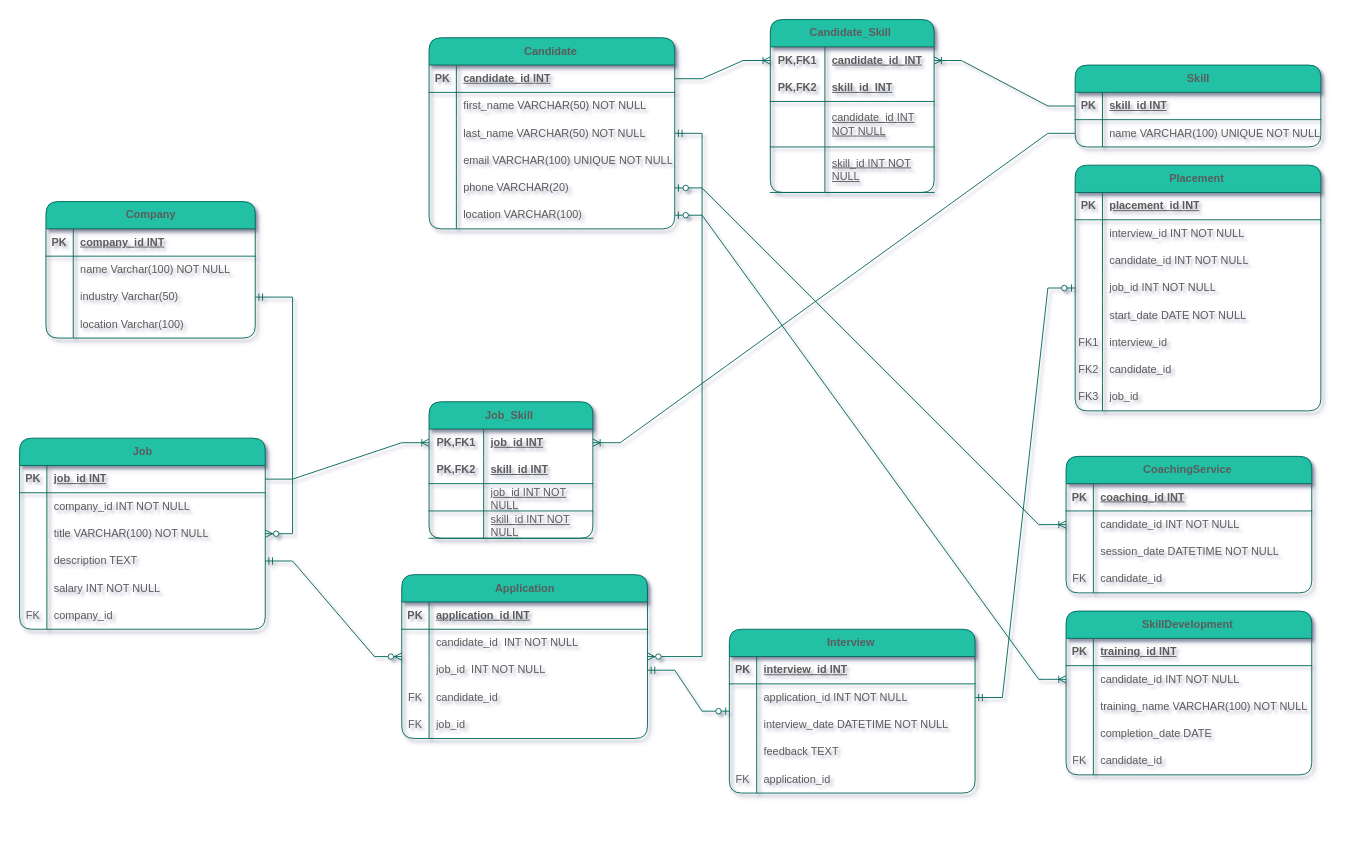
er1k23/DB_Diagrams keeps this draw.io diagram as recruitment_agency .drawio. Above is the earlier version. Source tidied: cells renumbered, new cells numbered last; positions are measured from the earlier drawing's top-left corner, leaving out a move shared by most shapes. Both pictures are drawn from the tidied source at 91%, with x=0, y=0 at pixel (-8, 19).
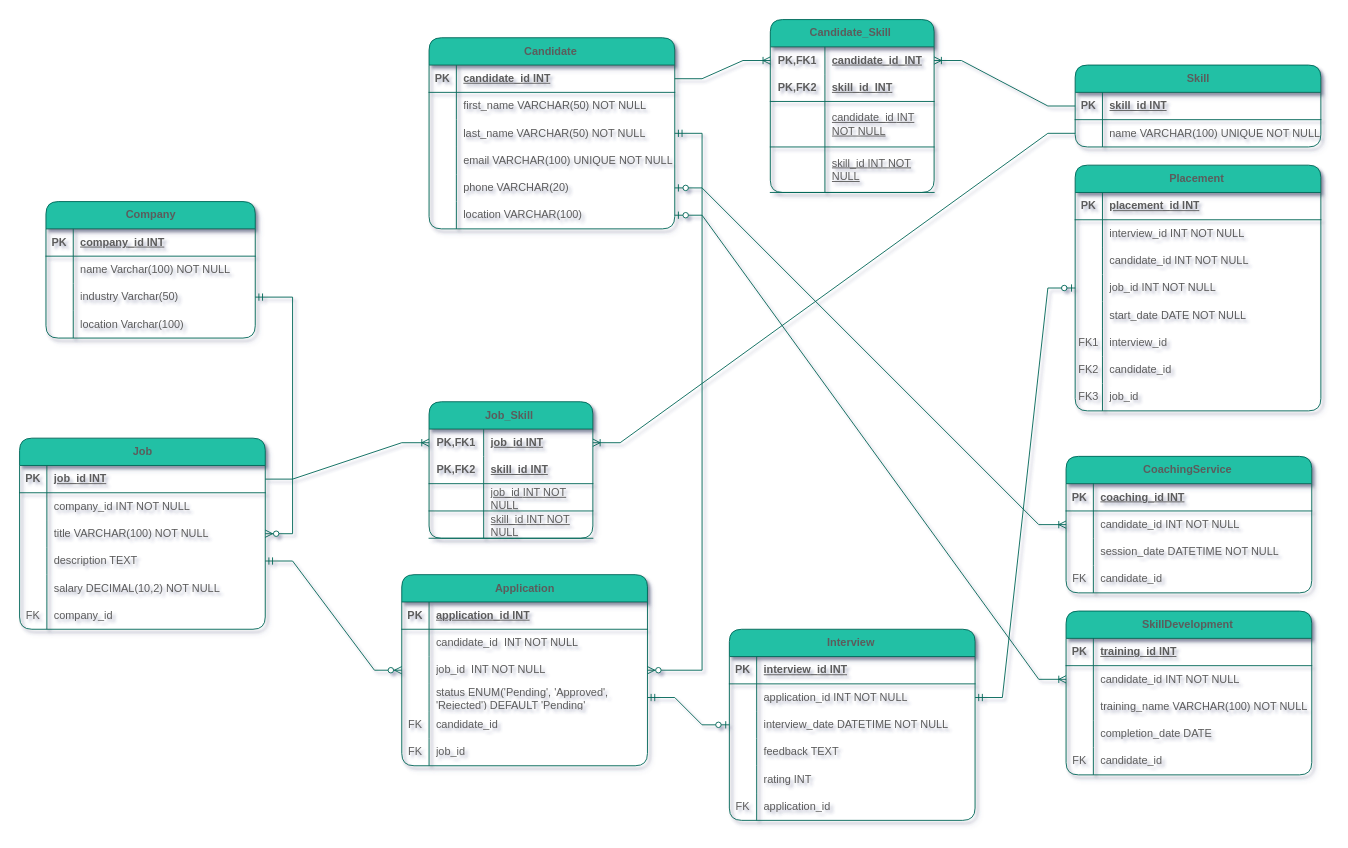
After the change.

The change refers to these unchanged cells:
```xml
<mxCell id="47" style="shape=tableRow;horizontal=0;startSize=0;swimlaneHead=0;swimlaneBody=0;fillColor=none;top=0;left=0;right=0;bottom=0;rounded=1;labelBackgroundColor=none;strokeColor=#006658;fontColor=#5C5C5C;" parent="34" vertex="1">
  <mxGeometry y="150" width="270" height="30" as="geometry" />
</mxCell>
<mxCell id="61" style="shape=tableRow;horizontal=0;startSize=0;swimlaneHead=0;swimlaneBody=0;fillColor=none;points=[[0,0.5],[1,0.5]];portConstraint=eastwest;top=0;left=0;right=0;bottom=0;rounded=1;labelBackgroundColor=none;strokeColor=#006658;fontColor=#5C5C5C;" parent="54" vertex="1">
  <mxGeometry y="90" width="270" height="30" as="geometry" />
</mxCell>
<mxCell id="64" style="shape=tableRow;horizontal=0;startSize=0;swimlaneHead=0;swimlaneBody=0;fillColor=none;points=[[0,0.5],[1,0.5]];portConstraint=eastwest;top=0;left=0;right=0;bottom=0;rounded=1;labelBackgroundColor=none;strokeColor=#006658;fontColor=#5C5C5C;" parent="54" vertex="1">
  <mxGeometry y="120" width="270" height="30" as="geometry" />
</mxCell>
<mxCell id="67" style="shape=tableRow;horizontal=0;startSize=0;swimlaneHead=0;swimlaneBody=0;fillColor=none;top=0;left=0;right=0;bottom=0;rounded=1;labelBackgroundColor=none;strokeColor=#006658;fontColor=#5C5C5C;" parent="54" vertex="1">
  <mxGeometry y="150" width="270" height="30" as="geometry" />
</mxCell>
<mxCell id="83" style="shape=tableRow;horizontal=0;startSize=0;swimlaneHead=0;swimlaneBody=0;fillColor=none;top=0;left=0;right=0;bottom=0;rounded=1;labelBackgroundColor=none;strokeColor=#006658;fontColor=#5C5C5C;" parent="70" vertex="1">
  <mxGeometry y="150" width="270" height="30" as="geometry" />
</mxCell>
```

The edit, as a diff of the source:
```diff
@@
-    <mxCell id="49" value="salary INT NOT NULL" style="shape=partialRectangle;fillColor=none;top=0;left=0;bottom=0;right=0;align=left;spacingLeft=6;overflow=hidden;whiteSpace=wrap;html=1;rounded=1;labelBackgroundColor=none;strokeColor=#006658;fontColor=#5C5C5C;" parent="47" vertex="1">
+    <mxCell id="49" value="salary&amp;nbsp;DECIMAL(10,2) NOT NULL" style="shape=partialRectangle;fillColor=none;top=0;left=0;bottom=0;right=0;align=left;spacingLeft=6;overflow=hidden;whiteSpace=wrap;html=1;rounded=1;labelBackgroundColor=none;strokeColor=#006658;fontColor=#5C5C5C;" parent="47" vertex="1">
       <mxGeometry x="30" width="240" height="30" as="geometry" />
     </mxCell>
@@
     <mxCell id="54" value="Application" style="shape=table;startSize=30;childLayout=tableLayout;rowLines=0;fontStyle=1;align=center;html=1;rounded=1;shadow=1;labelBackgroundColor=none;fillColor=#21C0A5;strokeColor=#006658;fontColor=#5C5C5C;" parent="1" vertex="1">
-      <mxGeometry x="450" y="610" width="270" height="180" as="geometry" />
+      <mxGeometry x="450" y="610" width="270" height="210" as="geometry" />
     </mxCell>
@@
-    <mxCell id="65" value="FK" style="shape=partialRectangle;fillColor=none;top=0;left=0;bottom=0;right=0;overflow=hidden;whiteSpace=wrap;html=1;rounded=1;labelBackgroundColor=none;strokeColor=#006658;fontColor=#5C5C5C;" parent="64" vertex="1">
+    <mxCell id="65" style="shape=partialRectangle;fillColor=none;top=0;left=0;bottom=0;right=0;overflow=hidden;whiteSpace=wrap;html=1;rounded=1;labelBackgroundColor=none;strokeColor=#006658;fontColor=#5C5C5C;" parent="64" vertex="1">
       <mxGeometry width="30" height="30" as="geometry" />
     </mxCell>
-    <mxCell id="66" value="&lt;div&gt;candidate_id&amp;nbsp;&lt;/div&gt;" style="shape=partialRectangle;fillColor=none;top=0;left=0;bottom=0;right=0;align=left;spacingLeft=6;overflow=hidden;whiteSpace=wrap;html=1;rounded=1;labelBackgroundColor=none;strokeColor=#006658;fontColor=#5C5C5C;" parent="64" vertex="1">
+    <mxCell id="66" value="&lt;div&gt;status ENUM('Pending', 'Approved', 'Rejected') DEFAULT 'Pending'&lt;/div&gt;" style="shape=partialRectangle;fillColor=none;top=0;left=0;bottom=0;right=0;align=left;spacingLeft=6;overflow=hidden;whiteSpace=wrap;html=1;rounded=1;labelBackgroundColor=none;strokeColor=#006658;fontColor=#5C5C5C;" parent="64" vertex="1">
       <mxGeometry x="30" width="240" height="30" as="geometry" />
     </mxCell>
@@
-    <mxCell id="68" value="FK" style="shape=partialRectangle;fillColor=none;top=0;left=0;bottom=0;right=0;overflow=hidden;whiteSpace=wrap;html=1;rounded=1;labelBackgroundColor=none;strokeColor=#006658;fontColor=#5C5C5C;" parent="67" vertex="1">
-      <mxGeometry width="30" height="30" as="geometry" />
-    </mxCell>
+    <mxCell id="183" value="FK" style="shape=partialRectangle;fillColor=none;top=0;left=0;bottom=0;right=0;overflow=hidden;whiteSpace=wrap;html=1;rounded=1;labelBackgroundColor=none;strokeColor=#006658;fontColor=#5C5C5C;" parent="67" vertex="1">
+      <mxGeometry width="30" height="30" as="geometry" />
+    </mxCell>
+    <mxCell id="184" value="&lt;div&gt;candidate_id&amp;nbsp;&lt;/div&gt;" style="shape=partialRectangle;fillColor=none;top=0;left=0;bottom=0;right=0;align=left;spacingLeft=6;overflow=hidden;whiteSpace=wrap;html=1;rounded=1;labelBackgroundColor=none;strokeColor=#006658;fontColor=#5C5C5C;" parent="67" vertex="1">
+      <mxGeometry x="30" width="240" height="30" as="geometry" />
+    </mxCell>
+    <mxCell id="185" style="shape=tableRow;horizontal=0;startSize=0;swimlaneHead=0;swimlaneBody=0;fillColor=none;top=0;left=0;right=0;bottom=0;rounded=1;labelBackgroundColor=none;strokeColor=#006658;fontColor=#5C5C5C;" parent="54" vertex="1">
+      <mxGeometry y="180" width="270" height="30" as="geometry" />
+    </mxCell>
+    <mxCell id="186" value="FK" style="shape=partialRectangle;fillColor=none;top=0;left=0;bottom=0;right=0;overflow=hidden;whiteSpace=wrap;html=1;rounded=1;labelBackgroundColor=none;strokeColor=#006658;fontColor=#5C5C5C;" parent="185" vertex="1">
+      <mxGeometry width="30" height="30" as="geometry" />
+    </mxCell>
-    <mxCell id="69" value="job_id&amp;nbsp;" style="shape=partialRectangle;fillColor=none;top=0;left=0;bottom=0;right=0;align=left;spacingLeft=6;overflow=hidden;whiteSpace=wrap;html=1;rounded=1;labelBackgroundColor=none;strokeColor=#006658;fontColor=#5C5C5C;" parent="67" vertex="1">
+    <mxCell id="69" value="job_id&amp;nbsp;" style="shape=partialRectangle;fillColor=none;top=0;left=0;bottom=0;right=0;align=left;spacingLeft=6;overflow=hidden;whiteSpace=wrap;html=1;rounded=1;labelBackgroundColor=none;strokeColor=#006658;fontColor=#5C5C5C;" parent="185" vertex="1">
       <mxGeometry x="30" width="240" height="30" as="geometry" />
     </mxCell>
     <mxCell id="70" value="Interview&amp;nbsp;" style="shape=table;startSize=30;childLayout=tableLayout;rowLines=0;fontStyle=1;align=center;html=1;rounded=1;shadow=1;labelBackgroundColor=none;fillColor=#21C0A5;strokeColor=#006658;fontColor=#5C5C5C;" parent="1" vertex="1">
-      <mxGeometry x="810" y="670" width="270" height="180" as="geometry" />
+      <mxGeometry x="810" y="670" width="270" height="210" as="geometry" />
     </mxCell>
@@
-    <mxCell id="84" value="FK" style="shape=partialRectangle;fillColor=none;top=0;left=0;bottom=0;right=0;overflow=hidden;whiteSpace=wrap;html=1;rounded=1;labelBackgroundColor=none;strokeColor=#006658;fontColor=#5C5C5C;" parent="83" vertex="1">
+    <mxCell id="84" style="shape=partialRectangle;fillColor=none;top=0;left=0;bottom=0;right=0;overflow=hidden;whiteSpace=wrap;html=1;rounded=1;labelBackgroundColor=none;strokeColor=#006658;fontColor=#5C5C5C;" parent="83" vertex="1">
       <mxGeometry width="30" height="30" as="geometry" />
     </mxCell>
-    <mxCell id="85" value="&lt;div&gt;application_id&amp;nbsp;&lt;/div&gt;" style="shape=partialRectangle;fillColor=none;top=0;left=0;bottom=0;right=0;align=left;spacingLeft=6;overflow=hidden;whiteSpace=wrap;html=1;rounded=1;labelBackgroundColor=none;strokeColor=#006658;fontColor=#5C5C5C;" parent="83" vertex="1">
+    <mxCell id="85" value="&lt;div&gt;rating INT&lt;/div&gt;" style="shape=partialRectangle;fillColor=none;top=0;left=0;bottom=0;right=0;align=left;spacingLeft=6;overflow=hidden;whiteSpace=wrap;html=1;rounded=1;labelBackgroundColor=none;strokeColor=#006658;fontColor=#5C5C5C;" parent="83" vertex="1">
       <mxGeometry x="30" width="240" height="30" as="geometry" />
     </mxCell>
+    <mxCell id="187" style="shape=tableRow;horizontal=0;startSize=0;swimlaneHead=0;swimlaneBody=0;fillColor=none;top=0;left=0;right=0;bottom=0;rounded=1;labelBackgroundColor=none;strokeColor=#006658;fontColor=#5C5C5C;" parent="70" vertex="1">
+      <mxGeometry y="180" width="270" height="30" as="geometry" />
+    </mxCell>
+    <mxCell id="188" value="FK" style="shape=partialRectangle;fillColor=none;top=0;left=0;bottom=0;right=0;overflow=hidden;whiteSpace=wrap;html=1;rounded=1;labelBackgroundColor=none;strokeColor=#006658;fontColor=#5C5C5C;" parent="187" vertex="1">
+      <mxGeometry width="30" height="30" as="geometry" />
+    </mxCell>
+    <mxCell id="189" value="&lt;div&gt;application_id&amp;nbsp;&lt;/div&gt;" style="shape=partialRectangle;fillColor=none;top=0;left=0;bottom=0;right=0;align=left;spacingLeft=6;overflow=hidden;whiteSpace=wrap;html=1;rounded=1;labelBackgroundColor=none;strokeColor=#006658;fontColor=#5C5C5C;" parent="187" vertex="1">
+      <mxGeometry x="30" width="240" height="30" as="geometry" />
+    </mxCell>
@@
-    <mxCell id="175" style="edgeStyle=entityRelationEdgeStyle;fontSize=12;html=1;endArrow=ERzeroToOne;startArrow=ERmandOne;rounded=0;strokeColor=#006658;fontColor=#5C5C5C;fillColor=#21C0A5;" parent="1" edge="1" source="61" target="70">
+    <mxCell id="175" style="edgeStyle=entityRelationEdgeStyle;fontSize=12;html=1;endArrow=ERzeroToOne;startArrow=ERmandOne;rounded=0;strokeColor=#006658;fontColor=#5C5C5C;fillColor=#21C0A5;exitX=1;exitY=0.5;exitDx=0;exitDy=0;" parent="1" edge="1" source="64" target="70">
       <mxGeometry relative="1" as="geometry" />
     </mxCell>
```
